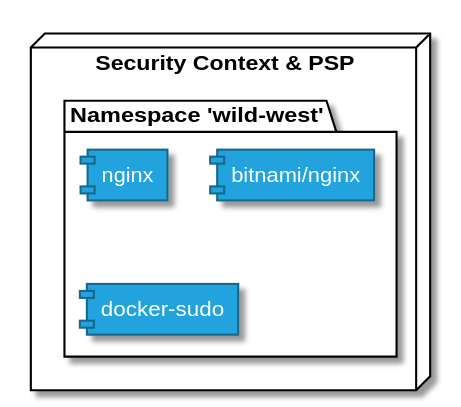
Earlier version of the PlantUML export images/demo-sec-ctx.svg (cloudogu/k8s-appops-security-talks). Its diagram source:
```plantuml
@startuml
skinparam interface {
  BackgroundColor #23a3dd
  BorderColor #16688d
}

skinparam arrow {
  Color #23a3dd
}

skinparam component {
  BackgroundColor #23a3dd
  BorderColor #16688d
  FontColor #FFFFFF
}


node "Security Context & PSP" {

  package "Namespace 'wild-west'"  {
    [nginx]
    [bitnami/nginx]
    [docker-sudo]
  }

}
@enduml
```
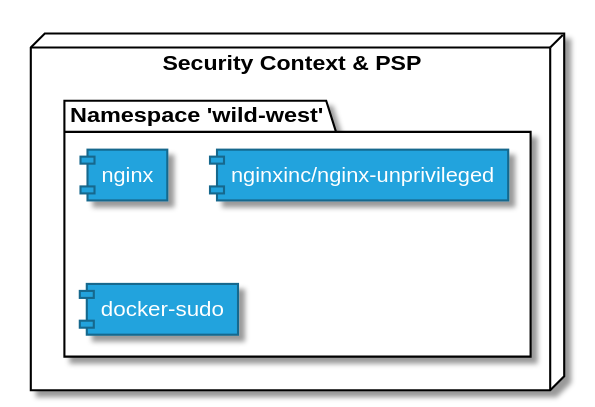
After the change.

Change to the diagram source:
```diff
@@ -19,7 +19,7 @@
 
   package "Namespace 'wild-west'"  {
     [nginx]
-    [bitnami/nginx]
+    [nginxinc/nginx-unprivileged]
     [docker-sudo]
   }
 
```
